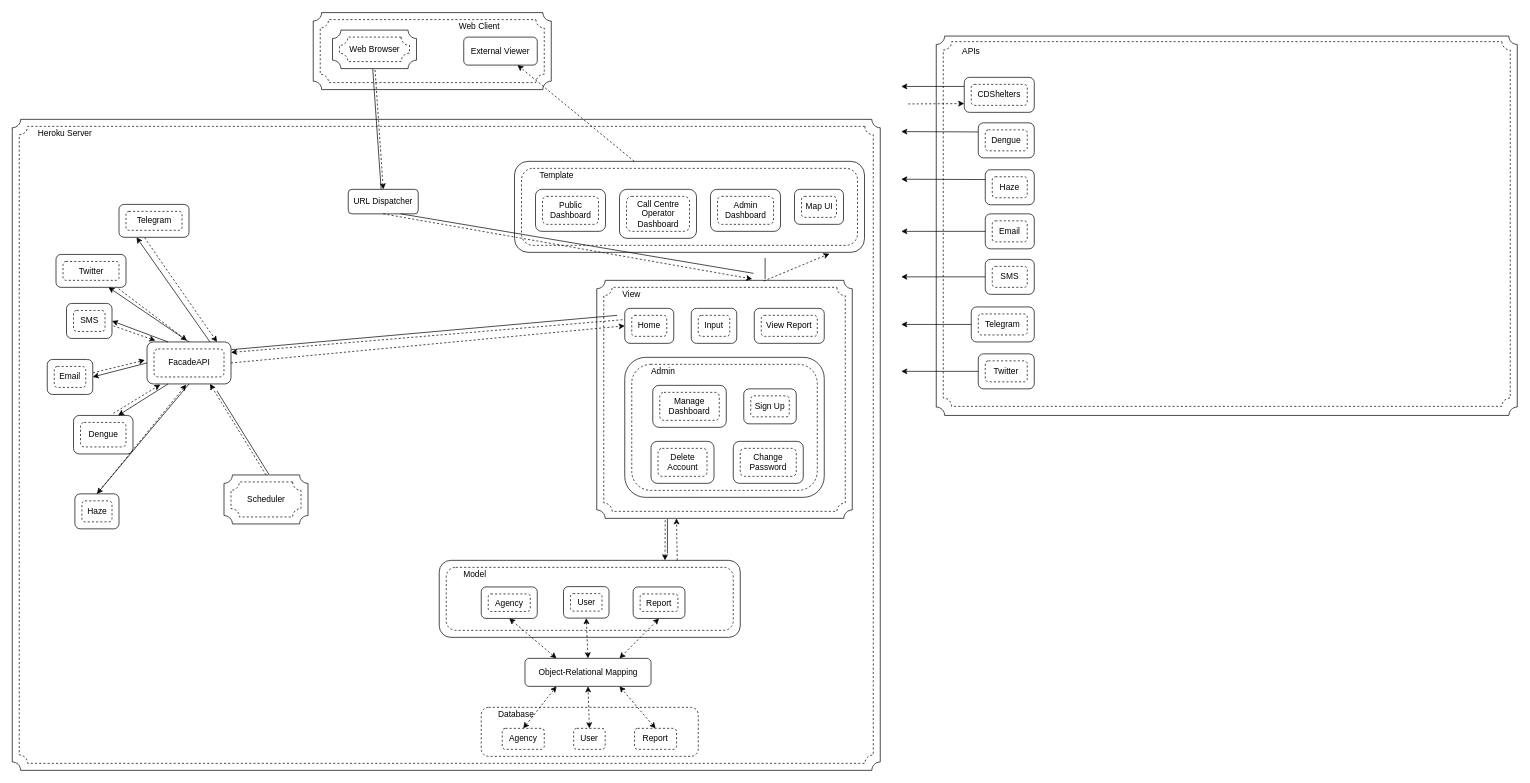
drawabc/SASDCMS keeps this draw.io diagram as CZ3003 Architecture.drawio. Above is the earlier version. Source tidied: cells renumbered, new cells numbered last; positions are measured from the earlier drawing's top-left corner, leaving out a move shared by most shapes. Both pictures are drawn from the tidied source at 70%, with x=0, y=0 at pixel (12, 13).
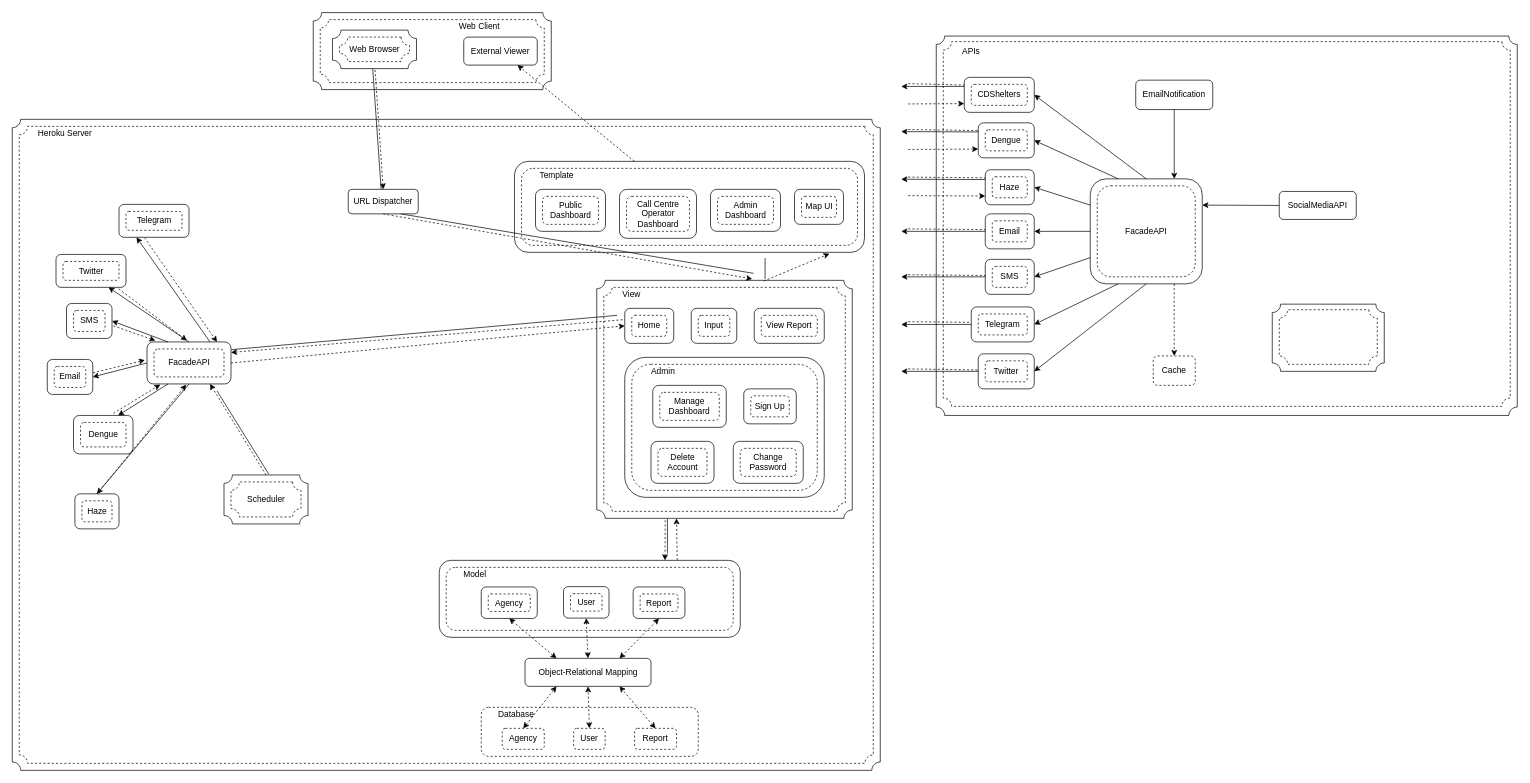
The same diagram, later.

The change refers to these unchanged cells:
```xml
<mxCell id="111" style="rounded=1;whiteSpace=wrap;html=1;" parent="1" vertex="1">
  <mxGeometry x="1360" y="92" width="100" height="50" as="geometry" />
</mxCell>
<mxCell id="113" style="rounded=1;whiteSpace=wrap;html=1;" parent="1" vertex="1">
  <mxGeometry x="1380" y="157" width="80" height="50" as="geometry" />
</mxCell>
<mxCell id="115" style="rounded=1;whiteSpace=wrap;html=1;" parent="1" vertex="1">
  <mxGeometry x="1390" y="224" width="70" height="50" as="geometry" />
</mxCell>
<mxCell id="117" style="rounded=1;whiteSpace=wrap;html=1;" parent="1" vertex="1">
  <mxGeometry x="1390" y="287" width="70" height="50" as="geometry" />
</mxCell>
<mxCell id="119" style="rounded=1;whiteSpace=wrap;html=1;" parent="1" vertex="1">
  <mxGeometry x="1390" y="352" width="70" height="50" as="geometry" />
</mxCell>
<mxCell id="121" style="rounded=1;whiteSpace=wrap;html=1;" parent="1" vertex="1">
  <mxGeometry x="1370" y="420" width="90" height="50" as="geometry" />
</mxCell>
<mxCell id="123" style="rounded=1;whiteSpace=wrap;html=1;" parent="1" vertex="1">
  <mxGeometry x="1380" y="487" width="80" height="50" as="geometry" />
</mxCell>
```

Diff of the diagram source:
```diff
@@
+    <mxCell id="134" style="endArrow=classic;dashed=1;html=1;entryX=0;entryY=0.75;entryDx=0;entryDy=0;endFill=1;" parent="1" edge="1" target="113">
+      <mxGeometry relative="1" as="geometry">
+        <mxPoint x="1280" y="195" as="sourcePoint" />
+      </mxGeometry>
+    </mxCell>
+    <mxCell id="135" style="endArrow=classic;dashed=1;html=1;entryX=0;entryY=0.75;entryDx=0;entryDy=0;endFill=1;" parent="1" edge="1" target="115">
+      <mxGeometry relative="1" as="geometry">
+        <mxPoint x="1280" y="261" as="sourcePoint" />
+      </mxGeometry>
+    </mxCell>
+    <mxCell id="136" style="endArrow=none;dashed=1;html=1;entryX=0;entryY=0.75;entryDx=0;entryDy=0;endFill=0;" parent="1" edge="1">
+      <mxGeometry relative="1" as="geometry">
+        <mxPoint x="1280" y="234.5" as="sourcePoint" />
+        <mxPoint x="1390" y="235.5" as="targetPoint" />
+      </mxGeometry>
+    </mxCell>
+    <mxCell id="137" style="endArrow=none;dashed=1;html=1;endFill=0;" parent="1" edge="1">
+      <mxGeometry relative="1" as="geometry">
+        <mxPoint x="1280" y="166.5" as="sourcePoint" />
+        <mxPoint x="1380" y="168" as="targetPoint" />
+      </mxGeometry>
+    </mxCell>
+    <mxCell id="138" style="endArrow=none;dashed=1;html=1;endFill=0;" parent="1" edge="1">
+      <mxGeometry relative="1" as="geometry">
+        <mxPoint x="1280" y="101" as="sourcePoint" />
+        <mxPoint x="1360" y="103" as="targetPoint" />
+      </mxGeometry>
+    </mxCell>
+    <mxCell id="139" style="endArrow=none;dashed=1;html=1;entryX=0;entryY=0.75;entryDx=0;entryDy=0;endFill=0;" parent="1" edge="1">
+      <mxGeometry relative="1" as="geometry">
+        <mxPoint x="1280" y="308.5" as="sourcePoint" />
+        <mxPoint x="1390" y="309.5" as="targetPoint" />
+      </mxGeometry>
+    </mxCell>
+    <mxCell id="140" style="endArrow=none;dashed=1;html=1;entryX=0;entryY=0.75;entryDx=0;entryDy=0;endFill=0;" parent="1" edge="1">
+      <mxGeometry relative="1" as="geometry">
+        <mxPoint x="1280" y="374" as="sourcePoint" />
+        <mxPoint x="1390" y="375" as="targetPoint" />
+      </mxGeometry>
+    </mxCell>
+    <mxCell id="141" style="endArrow=none;dashed=1;html=1;endFill=0;" parent="1" edge="1">
+      <mxGeometry relative="1" as="geometry">
+        <mxPoint x="1280" y="508.5" as="sourcePoint" />
+        <mxPoint x="1380" y="510" as="targetPoint" />
+      </mxGeometry>
+    </mxCell>
+    <mxCell id="142" style="endArrow=none;dashed=1;html=1;endFill=0;" parent="1" edge="1">
+      <mxGeometry relative="1" as="geometry">
+        <mxPoint x="1280" y="441" as="sourcePoint" />
+        <mxPoint x="1370" y="442" as="targetPoint" />
+      </mxGeometry>
+    </mxCell>
+    <mxCell id="143" style="rounded=1;whiteSpace=wrap;html=1;" parent="1" vertex="1">
+      <mxGeometry x="1540" y="237" width="160" height="150" as="geometry" />
+    </mxCell>
+    <mxCell id="144" value="FacadeAPI" style="rounded=1;whiteSpace=wrap;html=1;dashed=1;" parent="1" vertex="1">
+      <mxGeometry x="1550" y="247" width="140" height="130" as="geometry" />
+    </mxCell>
+    <mxCell id="145" style="endArrow=classic;html=1;entryX=1;entryY=0.5;entryDx=0;entryDy=0;exitX=0;exitY=0.5;exitDx=0;exitDy=0;" parent="1" edge="1" source="143" target="117">
+      <mxGeometry relative="1" as="geometry" />
+    </mxCell>
+    <mxCell id="146" style="endArrow=classic;html=1;entryX=1;entryY=0.5;entryDx=0;entryDy=0;exitX=0;exitY=0.75;exitDx=0;exitDy=0;" parent="1" edge="1" source="143" target="119">
+      <mxGeometry relative="1" as="geometry" />
+    </mxCell>
+    <mxCell id="147" style="endArrow=classic;html=1;entryX=1;entryY=0.5;entryDx=0;entryDy=0;exitX=0;exitY=0.25;exitDx=0;exitDy=0;" parent="1" edge="1" source="143" target="115">
+      <mxGeometry relative="1" as="geometry" />
+    </mxCell>
+    <mxCell id="148" style="endArrow=classic;html=1;entryX=1;entryY=0.5;entryDx=0;entryDy=0;exitX=0.25;exitY=1;exitDx=0;exitDy=0;" parent="1" edge="1" source="143" target="121">
+      <mxGeometry relative="1" as="geometry" />
+    </mxCell>
+    <mxCell id="149" style="endArrow=classic;html=1;entryX=1;entryY=0.5;entryDx=0;entryDy=0;exitX=0.5;exitY=1;exitDx=0;exitDy=0;" parent="1" edge="1" source="143" target="123">
+      <mxGeometry relative="1" as="geometry" />
+    </mxCell>
+    <mxCell id="150" style="endArrow=classic;html=1;entryX=1;entryY=0.5;entryDx=0;entryDy=0;exitX=0.25;exitY=0;exitDx=0;exitDy=0;" parent="1" edge="1" source="143" target="113">
+      <mxGeometry relative="1" as="geometry" />
+    </mxCell>
+    <mxCell id="151" style="endArrow=classic;html=1;entryX=1;entryY=0.5;entryDx=0;entryDy=0;exitX=0.5;exitY=0;exitDx=0;exitDy=0;" parent="1" edge="1" source="143" target="111">
+      <mxGeometry relative="1" as="geometry" />
+    </mxCell>
+    <mxCell id="152" value="EmailNotification" style="rounded=1;whiteSpace=wrap;html=1;" parent="1" vertex="1">
+      <mxGeometry x="1605" y="96" width="110" height="42" as="geometry" />
+    </mxCell>
+    <mxCell id="153" style="endArrow=classic;html=1;exitX=0.5;exitY=1;exitDx=0;exitDy=0;entryX=0.75;entryY=0;entryDx=0;entryDy=0;" parent="1" edge="1" source="152" target="143">
+      <mxGeometry relative="1" as="geometry" />
+    </mxCell>
+    <mxCell id="154" value="SocialMediaAPI" style="rounded=1;whiteSpace=wrap;html=1;" parent="1" vertex="1">
+      <mxGeometry x="1810" y="255" width="110" height="40" as="geometry" />
+    </mxCell>
+    <mxCell id="155" style="endArrow=classic;html=1;entryX=1;entryY=0.25;entryDx=0;entryDy=0;exitX=0;exitY=0.5;exitDx=0;exitDy=0;" parent="1" edge="1" source="154" target="143">
+      <mxGeometry relative="1" as="geometry" />
+    </mxCell>
+    <mxCell id="156" value="Cache" style="rounded=1;whiteSpace=wrap;html=1;dashed=1;" parent="1" vertex="1">
+      <mxGeometry x="1630" y="490" width="60" height="42" as="geometry" />
+    </mxCell>
+    <mxCell id="157" style="endArrow=classic;html=1;exitX=0.75;exitY=1;exitDx=0;exitDy=0;entryX=0.5;entryY=0;entryDx=0;entryDy=0;dashed=1;" parent="1" edge="1" source="143" target="156">
+      <mxGeometry relative="1" as="geometry" />
+    </mxCell>
+    <mxCell id="158" style="verticalLabelPosition=bottom;verticalAlign=top;html=1;shape=mxgraph.basic.plaque;dx=6;" parent="1" vertex="1">
+      <mxGeometry x="1800" y="416" width="160" height="96" as="geometry" />
+    </mxCell>
+    <mxCell id="159" style="verticalLabelPosition=bottom;verticalAlign=top;html=1;shape=mxgraph.basic.plaque;dx=6;dashed=1;" parent="1" vertex="1">
+      <mxGeometry x="1810" y="424" width="140" height="78" as="geometry" />
+    </mxCell>
```
